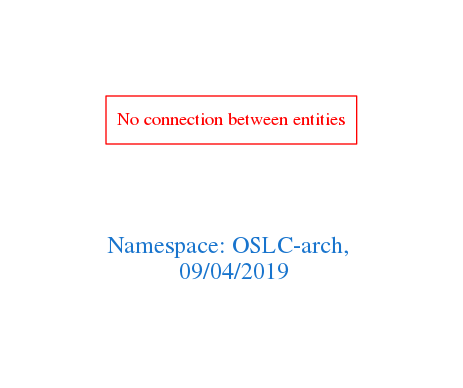
Before: downloads/OSLC-arch.png, a diagram exported from Graphviz (arago/OGIT). Its source is kept beside it as downloads/OSLC-arch.dot.
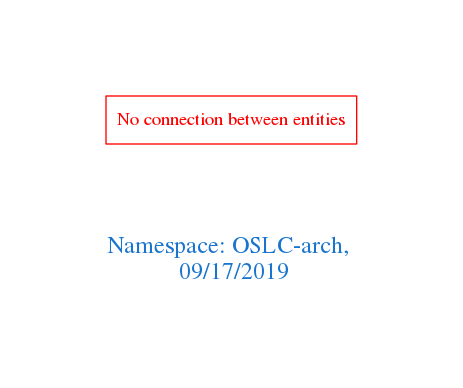
The same diagram one commit later.

What changed in the source:
```diff
@@ -1,7 +1,7 @@
 digraph OGIT_ontology {
  graph [ rankdir= LR,pad=1
 fontsize = 18,
-fontcolor= dodgerblue3,label = "\n\n\nNamespace: OSLC-arch, \n 09/04/2019"];
+fontcolor= dodgerblue3,label = "\n\n\nNamespace: OSLC-arch, \n 09/17/2019"];
 node[shape=polygon];
 edge [  color="gray81"];
 
```
